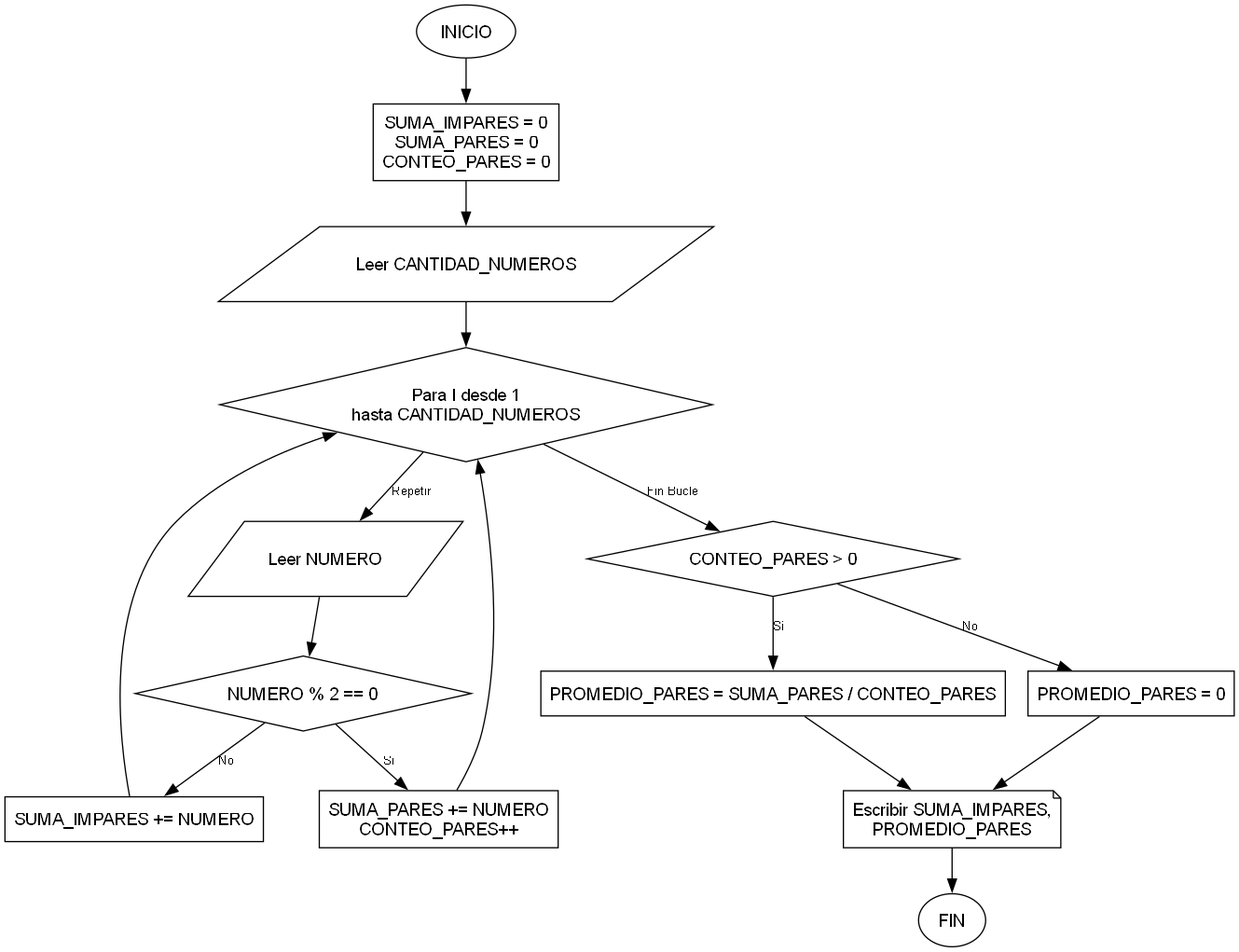
Earlier version of the Graphviz export Ejercicios/Problema_3_1/Diagrama/Problema_3_1.png (23Leilany166/java-tutor-tics). Its source is kept beside it as Ejercicios/Problema_3_1/Diagrama/PRoblema_3_1.dot. The source it was exported from:
```dot
digraph Problema_3_1 {
    graph [bgcolor="transparent"];
    node [shape=rect, fontname="Arial", margin="0.1,0.1"];
    edge [fontname="Arial", fontsize=10];

    INICIO [shape=ellipse, label="INICIO"];
    INICIALIZAR [label="SUMA_IMPARES = 0\nSUMA_PARES = 0\nCONTEO_PARES = 0"];
    LEER_N [shape=parallelogram, label="Leer CANTIDAD_NUMEROS"];
    BUCLE_FOR [shape=diamond, label="Para I desde 1\nhasta CANTIDAD_NUMEROS"];
    LEER_NUM [shape=parallelogram, label="Leer NUMERO"];
    COND_PAR [shape=diamond, label="NUMERO % 2 == 0"];
    PROCESO_PAR [label="SUMA_PARES += NUMERO\nCONTEO_PARES++"];
    PROCESO_IMPAR [label="SUMA_IMPARES += NUMERO"];
    COND_DIV_CERO [shape=diamond, label="CONTEO_PARES > 0"];
    CALC_PROM [label="PROMEDIO_PARES = SUMA_PARES / CONTEO_PARES"];
    PROM_CERO [label="PROMEDIO_PARES = 0"];
    IMPRIMIR [shape=note, label="Escribir SUMA_IMPARES,\nPROMEDIO_PARES"];
    FIN [shape=ellipse, label="FIN"];

    INICIO -> INICIALIZAR -> LEER_N -> BUCLE_FOR;
    BUCLE_FOR -> LEER_NUM [label="Repetir"];
    LEER_NUM -> COND_PAR;
    COND_PAR -> PROCESO_PAR [label="Si"];
    COND_PAR -> PROCESO_IMPAR [label="No"];
    PROCESO_PAR -> BUCLE_FOR;
    PROCESO_IMPAR -> BUCLE_FOR;
    BUCLE_FOR -> COND_DIV_CERO [label="Fin Bucle"];
    COND_DIV_CERO -> CALC_PROM [label="Si"];
    COND_DIV_CERO -> PROM_CERO [label="No"];
    CALC_PROM -> IMPRIMIR;
    PROM_CERO -> IMPRIMIR;
    IMPRIMIR -> FIN;
}
```
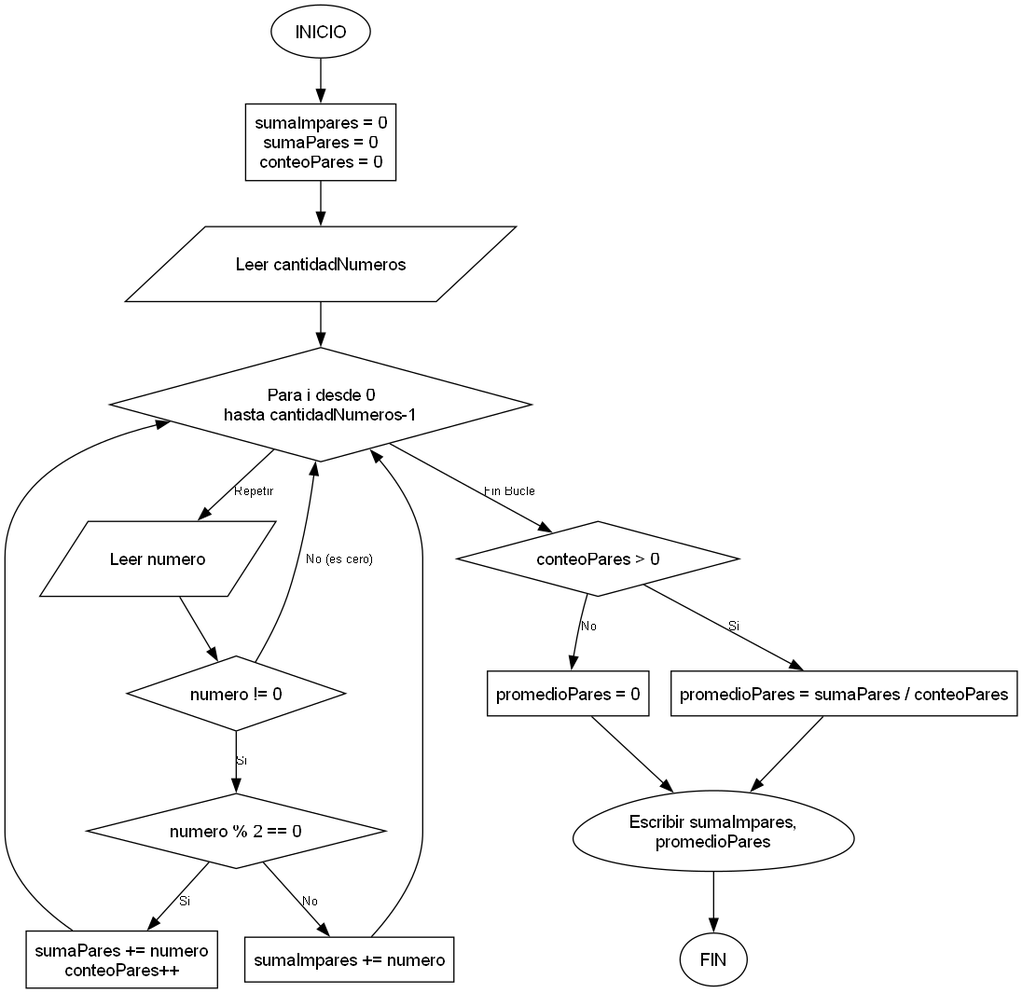
The same diagram one commit later.

The edit, as a diff of the source:
```diff
@@ -4,22 +4,25 @@
     edge [fontname="Arial", fontsize=10];
 
     INICIO [shape=ellipse, label="INICIO"];
-    INICIALIZAR [label="SUMA_IMPARES = 0\nSUMA_PARES = 0\nCONTEO_PARES = 0"];
-    LEER_N [shape=parallelogram, label="Leer CANTIDAD_NUMEROS"];
-    BUCLE_FOR [shape=diamond, label="Para I desde 1\nhasta CANTIDAD_NUMEROS"];
-    LEER_NUM [shape=parallelogram, label="Leer NUMERO"];
-    COND_PAR [shape=diamond, label="NUMERO % 2 == 0"];
-    PROCESO_PAR [label="SUMA_PARES += NUMERO\nCONTEO_PARES++"];
-    PROCESO_IMPAR [label="SUMA_IMPARES += NUMERO"];
-    COND_DIV_CERO [shape=diamond, label="CONTEO_PARES > 0"];
-    CALC_PROM [label="PROMEDIO_PARES = SUMA_PARES / CONTEO_PARES"];
-    PROM_CERO [label="PROMEDIO_PARES = 0"];
-    IMPRIMIR [shape=note, label="Escribir SUMA_IMPARES,\nPROMEDIO_PARES"];
+    INICIALIZAR [label="sumaImpares = 0\nsumaPares = 0\nconteoPares = 0"];
+    LEER_N [shape=parallelogram, label="Leer cantidadNumeros"];
+    BUCLE_FOR [shape=diamond, label="Para i desde 0\nhasta cantidadNumeros-1"];
+    LEER_NUM [shape=parallelogram, label="Leer numero"];
+    COND_CERO [shape=diamond, label="numero != 0"];
+    COND_PAR [shape=diamond, label="numero % 2 == 0"];
+    PROCESO_PAR [label="sumaPares += numero\nconteoPares++"];
+    PROCESO_IMPAR [label="sumaImpares += numero"];
+    COND_DIV_CERO [shape=diamond, label="conteoPares > 0"];
+    CALC_PROM [label="promedioPares = sumaPares / conteoPares"];
+    PROM_CERO [label="promedioPares = 0"];
+    IMPRIMIR [shape=egg, label="Escribir sumaImpares,\npromedioPares"];
     FIN [shape=ellipse, label="FIN"];
 
     INICIO -> INICIALIZAR -> LEER_N -> BUCLE_FOR;
     BUCLE_FOR -> LEER_NUM [label="Repetir"];
-    LEER_NUM -> COND_PAR;
+    LEER_NUM -> COND_CERO;
+    COND_CERO -> BUCLE_FOR [label="No (es cero)"];
+    COND_CERO -> COND_PAR [label="Si"];
     COND_PAR -> PROCESO_PAR [label="Si"];
     COND_PAR -> PROCESO_IMPAR [label="No"];
     PROCESO_PAR -> BUCLE_FOR;
```
